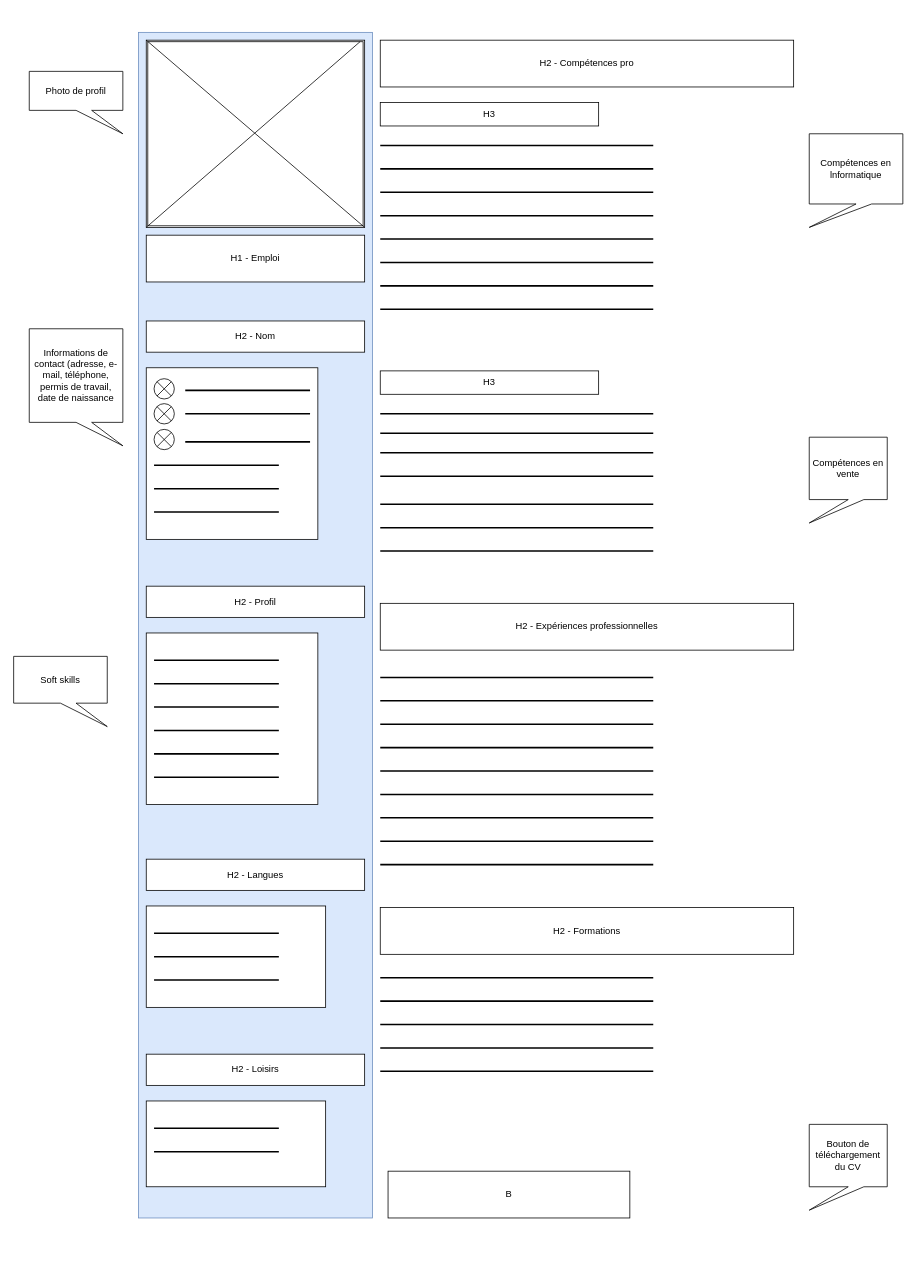
Above: wireframe/cv.drawio in feliciencorbat/wireframe_cv_bootstrap (draw.io), before the change. Source tidied: cells renumbered, new cells numbered last; positions are measured from the earlier drawing's top-left corner, leaving out a move shared by most shapes. Both pictures are drawn from the tidied source at 78%, with x=0, y=0 at pixel (13, 32).
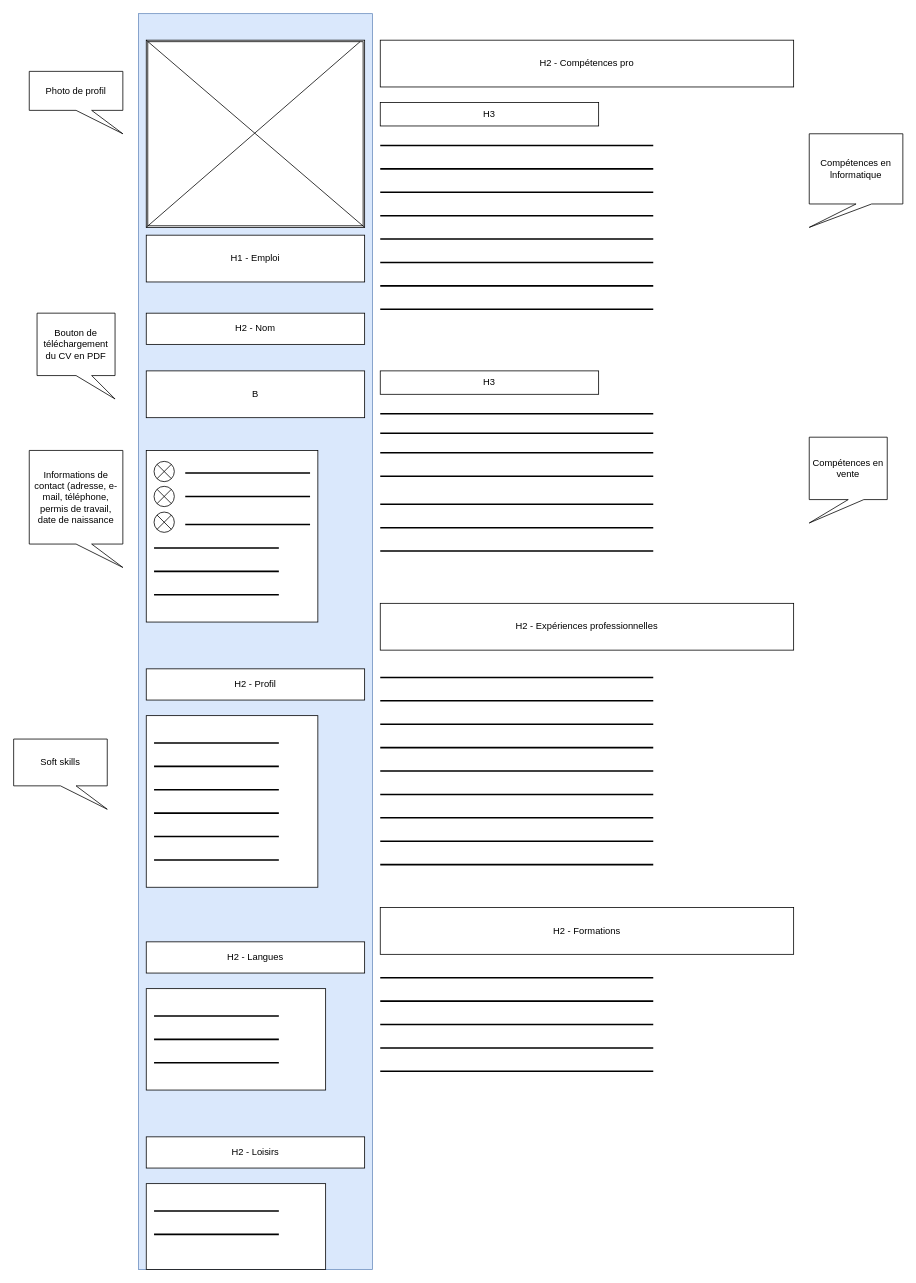
The same page after the edit.

Commit message:
Update moving download button.drawio

What changed in the source:
```diff
@@
     <mxCell id="2" style="rounded=0;whiteSpace=wrap;html=1;fillColor=#dae8fc;strokeColor=#6c8ebf;" parent="1" vertex="1">
-      <mxGeometry x="160" width="300" height="1520" as="geometry" />
+      <mxGeometry x="160" y="-24" width="300" height="1610" as="geometry" />
     </mxCell>
@@
     <mxCell id="6" style="whiteSpace=wrap;html=1;" parent="1" vertex="1">
-      <mxGeometry x="170" y="430" width="220" height="220" as="geometry" />
+      <mxGeometry x="170" y="536" width="220" height="220" as="geometry" />
     </mxCell>
     <mxCell id="7" style="line;strokeWidth=2;html=1;" parent="1" vertex="1">
-      <mxGeometry x="180" y="550" width="160" height="10" as="geometry" />
+      <mxGeometry x="180" y="656" width="160" height="10" as="geometry" />
     </mxCell>
     <mxCell id="8" style="line;strokeWidth=2;html=1;" parent="1" vertex="1">
-      <mxGeometry x="220" y="520" width="160" height="10" as="geometry" />
+      <mxGeometry x="220" y="626" width="160" height="10" as="geometry" />
     </mxCell>
@@
     <mxCell id="11" value="H2 - Nom" style="rounded=0;whiteSpace=wrap;html=1;" parent="1" vertex="1">
-      <mxGeometry x="170" y="370" width="280" height="40" as="geometry" />
+      <mxGeometry x="170" y="360" width="280" height="40" as="geometry" />
     </mxCell>
     <mxCell id="12" style="line;strokeWidth=2;html=1;" parent="1" vertex="1">
-      <mxGeometry x="220" y="454" width="160" height="10" as="geometry" />
+      <mxGeometry x="220" y="560" width="160" height="10" as="geometry" />
     </mxCell>
     <mxCell id="13" style="line;strokeWidth=2;html=1;" parent="1" vertex="1">
-      <mxGeometry x="220" y="484" width="160" height="10" as="geometry" />
+      <mxGeometry x="220" y="590" width="160" height="10" as="geometry" />
     </mxCell>
@@
     <mxCell id="16" style="line;strokeWidth=2;html=1;" parent="1" vertex="1">
-      <mxGeometry x="180" y="580" width="160" height="10" as="geometry" />
+      <mxGeometry x="180" y="686" width="160" height="10" as="geometry" />
     </mxCell>
     <mxCell id="17" style="line;strokeWidth=2;html=1;" parent="1" vertex="1">
-      <mxGeometry x="180" y="610" width="160" height="10" as="geometry" />
+      <mxGeometry x="180" y="716" width="160" height="10" as="geometry" />
     </mxCell>
@@
     <mxCell id="19" value="H2 - Profil" style="rounded=0;whiteSpace=wrap;html=1;" parent="1" vertex="1">
-      <mxGeometry x="170" y="710" width="280" height="40" as="geometry" />
+      <mxGeometry x="170" y="816" width="280" height="40" as="geometry" />
     </mxCell>
     <mxCell id="20" style="whiteSpace=wrap;html=1;" parent="1" vertex="1">
-      <mxGeometry x="170" y="770" width="220" height="220" as="geometry" />
+      <mxGeometry x="170" y="876" width="220" height="220" as="geometry" />
     </mxCell>
     <mxCell id="21" style="line;strokeWidth=2;html=1;" parent="1" vertex="1">
-      <mxGeometry x="180" y="800" width="160" height="10" as="geometry" />
+      <mxGeometry x="180" y="906" width="160" height="10" as="geometry" />
     </mxCell>
     <mxCell id="22" style="line;strokeWidth=2;html=1;" parent="1" vertex="1">
-      <mxGeometry x="180" y="830" width="160" height="10" as="geometry" />
+      <mxGeometry x="180" y="936" width="160" height="10" as="geometry" />
     </mxCell>
     <mxCell id="23" style="line;strokeWidth=2;html=1;" parent="1" vertex="1">
-      <mxGeometry x="180" y="860" width="160" height="10" as="geometry" />
+      <mxGeometry x="180" y="966" width="160" height="10" as="geometry" />
     </mxCell>
     <mxCell id="24" style="line;strokeWidth=2;html=1;" parent="1" vertex="1">
-      <mxGeometry x="180" y="890" width="160" height="10" as="geometry" />
+      <mxGeometry x="180" y="996" width="160" height="10" as="geometry" />
     </mxCell>
     <mxCell id="25" style="line;strokeWidth=2;html=1;" parent="1" vertex="1">
-      <mxGeometry x="180" y="920" width="160" height="10" as="geometry" />
+      <mxGeometry x="180" y="1026" width="160" height="10" as="geometry" />
     </mxCell>
     <mxCell id="26" style="line;strokeWidth=2;html=1;" parent="1" vertex="1">
-      <mxGeometry x="180" y="950" width="160" height="10" as="geometry" />
+      <mxGeometry x="180" y="1056" width="160" height="10" as="geometry" />
     </mxCell>
     <mxCell id="27" value="H2 - Langues" style="rounded=0;whiteSpace=wrap;html=1;" parent="1" vertex="1">
-      <mxGeometry x="170" y="1060" width="280" height="40" as="geometry" />
+      <mxGeometry x="170" y="1166" width="280" height="40" as="geometry" />
     </mxCell>
     <mxCell id="28" style="rounded=0;whiteSpace=wrap;html=1;" parent="1" vertex="1">
-      <mxGeometry x="170" y="1120" width="230" height="130" as="geometry" />
+      <mxGeometry x="170" y="1226" width="230" height="130" as="geometry" />
     </mxCell>
     <mxCell id="29" style="line;strokeWidth=2;html=1;" parent="1" vertex="1">
-      <mxGeometry x="180" y="1150" width="160" height="10" as="geometry" />
+      <mxGeometry x="180" y="1256" width="160" height="10" as="geometry" />
     </mxCell>
     <mxCell id="30" style="line;strokeWidth=2;html=1;" parent="1" vertex="1">
-      <mxGeometry x="180" y="1180" width="160" height="10" as="geometry" />
+      <mxGeometry x="180" y="1286" width="160" height="10" as="geometry" />
     </mxCell>
     <mxCell id="31" style="line;strokeWidth=2;html=1;" parent="1" vertex="1">
-      <mxGeometry x="180" y="1210" width="160" height="10" as="geometry" />
+      <mxGeometry x="180" y="1316" width="160" height="10" as="geometry" />
     </mxCell>
     <mxCell id="32" value="H2 - Loisirs" style="rounded=0;whiteSpace=wrap;html=1;" parent="1" vertex="1">
-      <mxGeometry x="170" y="1310" width="280" height="40" as="geometry" />
+      <mxGeometry x="170" y="1416" width="280" height="40" as="geometry" />
     </mxCell>
     <mxCell id="33" style="rounded=0;whiteSpace=wrap;html=1;" parent="1" vertex="1">
-      <mxGeometry x="170" y="1370" width="230" height="110" as="geometry" />
+      <mxGeometry x="170" y="1476" width="230" height="110" as="geometry" />
     </mxCell>
     <mxCell id="34" style="line;strokeWidth=2;html=1;" parent="1" vertex="1">
-      <mxGeometry x="180" y="1400" width="160" height="10" as="geometry" />
+      <mxGeometry x="180" y="1506" width="160" height="10" as="geometry" />
     </mxCell>
     <mxCell id="35" style="line;strokeWidth=2;html=1;" parent="1" vertex="1">
-      <mxGeometry x="180" y="1430" width="160" height="10" as="geometry" />
+      <mxGeometry x="180" y="1536" width="160" height="10" as="geometry" />
     </mxCell>
@@
     <mxCell id="37" value="Informations de contact (adresse, e-mail, téléphone, permis de travail, date de naissance" style="shape=callout;whiteSpace=wrap;html=1;perimeter=calloutPerimeter;position2=1;" parent="1" vertex="1">
-      <mxGeometry x="20" y="380" width="120" height="150" as="geometry" />
+      <mxGeometry x="20" y="536" width="120" height="150" as="geometry" />
     </mxCell>
     <mxCell id="38" value="Soft skills" style="shape=callout;whiteSpace=wrap;html=1;perimeter=calloutPerimeter;position2=1;" parent="1" vertex="1">
-      <mxGeometry y="800" width="120" height="90" as="geometry" />
+      <mxGeometry y="906" width="120" height="90" as="geometry" />
     </mxCell>
@@
     <mxCell id="72" value="B" style="rounded=0;whiteSpace=wrap;html=1;" parent="1" vertex="1">
-      <mxGeometry x="480" y="1460" width="310" height="60" as="geometry" />
+      <mxGeometry x="170" y="434" width="280" height="60" as="geometry" />
     </mxCell>
-    <mxCell id="73" value="Bouton de téléchargement du CV" style="shape=callout;whiteSpace=wrap;html=1;perimeter=calloutPerimeter;position2=0;" parent="1" vertex="1">
-      <mxGeometry x="1020" y="1400" width="100" height="110" as="geometry" />
+    <mxCell id="73" value="Bouton de téléchargement du CV en PDF" style="shape=callout;whiteSpace=wrap;html=1;perimeter=calloutPerimeter;position2=1;" parent="1" vertex="1">
+      <mxGeometry x="30" y="360" width="100" height="110" as="geometry" />
     </mxCell>
     <mxCell id="74" style="shape=sumEllipse;perimeter=ellipsePerimeter;whiteSpace=wrap;html=1;backgroundOutline=1;" parent="1" vertex="1">
-      <mxGeometry x="180" y="444" width="26" height="26" as="geometry" />
+      <mxGeometry x="180" y="550" width="26" height="26" as="geometry" />
     </mxCell>
     <mxCell id="75" style="shape=sumEllipse;perimeter=ellipsePerimeter;whiteSpace=wrap;html=1;backgroundOutline=1;" parent="1" vertex="1">
-      <mxGeometry x="180" y="476" width="26" height="26" as="geometry" />
+      <mxGeometry x="180" y="582" width="26" height="26" as="geometry" />
     </mxCell>
     <mxCell id="76" style="shape=sumEllipse;perimeter=ellipsePerimeter;whiteSpace=wrap;html=1;backgroundOutline=1;" parent="1" vertex="1">
-      <mxGeometry x="180" y="509" width="26" height="26" as="geometry" />
+      <mxGeometry x="180" y="615" width="26" height="26" as="geometry" />
     </mxCell>
```
